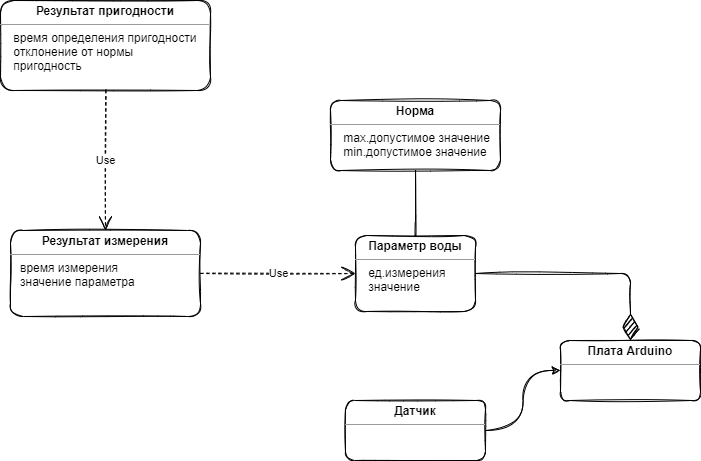
This is DomainModel.png from MaxZ07/Crystal, a draw.io export, as it was before one commit. Source tidied: cells renumbered, new cells last; positions are measured from the earlier drawing's top-left corner, leaving out a move shared by most shapes.
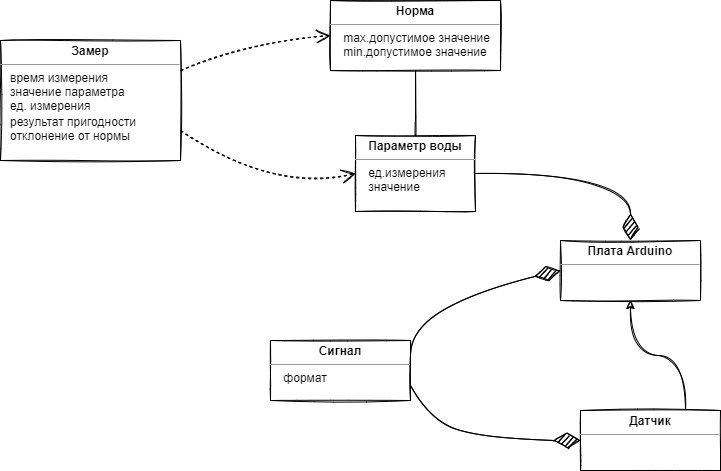
Later version of the same file.

What changed in the source:
```diff
@@ -2,42 +2,65 @@
   <root>
     <mxCell id="0" />
     <mxCell id="1" parent="0" />
-    <mxCell id="2" value="&lt;p style=&quot;margin: 0px ; margin-top: 4px ; text-align: center&quot;&gt;&lt;b&gt;Параметр воды&lt;/b&gt;&lt;/p&gt;&lt;hr size=&quot;1&quot;&gt;&lt;div style=&quot;height: 2px&quot;&gt;&amp;nbsp; &amp;nbsp; ед.измерения&lt;br&gt;&amp;nbsp; &amp;nbsp; значение&lt;/div&gt;" style="verticalAlign=top;align=left;overflow=fill;fontSize=12;fontFamily=Helvetica;html=1;rounded=1;sketch=1;" parent="1" vertex="1">
+    <mxCell id="2" value="&lt;p style=&quot;margin: 0px ; margin-top: 4px ; text-align: center&quot;&gt;&lt;b&gt;Параметр воды&lt;/b&gt;&lt;/p&gt;&lt;hr size=&quot;1&quot;&gt;&lt;div style=&quot;height: 2px&quot;&gt;&amp;nbsp; &amp;nbsp; ед.измерения&lt;br&gt;&amp;nbsp; &amp;nbsp; значение&lt;/div&gt;" style="verticalAlign=top;align=left;overflow=fill;fontSize=12;fontFamily=Helvetica;html=1;rounded=0;sketch=1;" parent="1" vertex="1">
       <mxGeometry x="355" y="235" width="120" height="76" as="geometry" />
     </mxCell>
-    <mxCell id="3" value="&lt;p style=&quot;margin: 0px ; margin-top: 4px ; text-align: center&quot;&gt;&lt;b&gt;Норма&lt;/b&gt;&lt;/p&gt;&lt;hr size=&quot;1&quot;&gt;&lt;div style=&quot;height: 2px&quot;&gt;&amp;nbsp; &amp;nbsp; max.допустимое значение&lt;br&gt;&amp;nbsp; &amp;nbsp; min.допустимое значение&lt;/div&gt;&lt;div style=&quot;height: 2px&quot;&gt;&lt;br&gt;&lt;/div&gt;" style="verticalAlign=top;align=left;overflow=fill;fontSize=12;fontFamily=Helvetica;html=1;rounded=1;sketch=1;" parent="1" vertex="1">
+    <mxCell id="3" value="&lt;p style=&quot;margin: 0px ; margin-top: 4px ; text-align: center&quot;&gt;&lt;b&gt;Норма&lt;/b&gt;&lt;/p&gt;&lt;hr size=&quot;1&quot;&gt;&lt;div style=&quot;height: 2px&quot;&gt;&amp;nbsp; &amp;nbsp; max.допустимое значение&lt;br&gt;&amp;nbsp; &amp;nbsp; min.допустимое значение&lt;/div&gt;&lt;div style=&quot;height: 2px&quot;&gt;&lt;br&gt;&lt;/div&gt;" style="verticalAlign=top;align=left;overflow=fill;fontSize=12;fontFamily=Helvetica;html=1;rounded=0;sketch=1;" parent="1" vertex="1">
       <mxGeometry x="330" y="100" width="170" height="70" as="geometry" />
     </mxCell>
-    <mxCell id="4" style="edgeStyle=orthogonalEdgeStyle;rounded=1;jettySize=auto;html=1;exitX=1;exitY=0.5;exitDx=0;exitDy=0;entryX=0;entryY=0.5;entryDx=0;entryDy=0;curved=1;sketch=1;" parent="1" edge="1" source="5" target="7">
+    <mxCell id="4" style="edgeStyle=orthogonalEdgeStyle;rounded=0;jettySize=auto;html=1;exitX=0.75;exitY=0;exitDx=0;exitDy=0;entryX=0.5;entryY=1;entryDx=0;entryDy=0;curved=1;sketch=1;" parent="1" edge="1" source="5" target="7">
       <mxGeometry relative="1" as="geometry" />
     </mxCell>
-    <mxCell id="5" value="&lt;p style=&quot;margin: 0px ; margin-top: 4px ; text-align: center&quot;&gt;&lt;b&gt;Датчик&lt;/b&gt;&lt;/p&gt;&lt;hr size=&quot;1&quot;&gt;&lt;div style=&quot;height: 2px&quot;&gt;&amp;nbsp;&amp;nbsp;&lt;/div&gt;" style="verticalAlign=top;align=left;overflow=fill;fontSize=12;fontFamily=Helvetica;html=1;rounded=1;sketch=1;" parent="1" vertex="1">
-      <mxGeometry x="345" y="400" width="140" height="60" as="geometry" />
+    <mxCell id="5" value="&lt;p style=&quot;margin: 0px ; margin-top: 4px ; text-align: center&quot;&gt;&lt;b&gt;Датчик&lt;/b&gt;&lt;/p&gt;&lt;hr size=&quot;1&quot;&gt;&lt;div style=&quot;height: 2px&quot;&gt;&amp;nbsp;&amp;nbsp;&lt;/div&gt;" style="verticalAlign=top;align=left;overflow=fill;fontSize=12;fontFamily=Helvetica;html=1;rounded=0;sketch=1;" parent="1" vertex="1">
+      <mxGeometry x="580" y="510" width="140" height="60" as="geometry" />
     </mxCell>
-    <mxCell id="6" value="&lt;p style=&quot;margin: 0px ; margin-top: 4px ; text-align: center&quot;&gt;&lt;b&gt;Результат измерения&lt;/b&gt;&lt;/p&gt;&lt;hr size=&quot;1&quot;&gt;&lt;div style=&quot;height: 2px&quot;&gt;&amp;nbsp; &amp;nbsp;время измерения&lt;br&gt;&amp;nbsp; &amp;nbsp;значение параметра&lt;/div&gt;" style="verticalAlign=top;align=left;overflow=fill;fontSize=12;fontFamily=Helvetica;html=1;rounded=1;sketch=1;" parent="1" vertex="1">
-      <mxGeometry x="10" y="230" width="190" height="86" as="geometry" />
+    <mxCell id="6" value="&lt;p style=&quot;margin: 0px ; margin-top: 4px ; text-align: center&quot;&gt;&lt;b&gt;Замер&lt;/b&gt;&lt;/p&gt;&lt;hr size=&quot;1&quot;&gt;&lt;div style=&quot;height: 2px&quot;&gt;&amp;nbsp; &amp;nbsp;время измерения&lt;br&gt;&amp;nbsp; &amp;nbsp;значение параметра&lt;br&gt;&amp;nbsp; &amp;nbsp;ед. измерения&lt;br&gt;&lt;br&gt;&lt;br&gt;&lt;br&gt;&lt;/div&gt;&lt;div style=&quot;height: 2px&quot;&gt;&lt;br&gt;&amp;nbsp; &amp;nbsp;&lt;br&gt;&amp;nbsp; &amp;nbsp;&lt;br&gt;&amp;nbsp; &amp;nbsp;результат пригодности&lt;br&gt;&amp;nbsp; &amp;nbsp;отклонение от нормы&lt;br&gt;&lt;br&gt;&amp;nbsp; &amp;nbsp;&amp;nbsp;&lt;/div&gt;&lt;div style=&quot;height: 2px&quot;&gt;&lt;br&gt;&lt;/div&gt;&lt;div style=&quot;height: 2px&quot;&gt;&lt;br&gt;&lt;/div&gt;" style="verticalAlign=top;align=left;overflow=fill;fontSize=12;fontFamily=Helvetica;html=1;rounded=0;sketch=1;" parent="1" vertex="1">
+      <mxGeometry y="140" width="180" height="120" as="geometry" />
     </mxCell>
-    <mxCell id="7" value="&lt;p style=&quot;margin: 0px ; margin-top: 4px ; text-align: center&quot;&gt;&lt;b&gt;Плата Arduino&lt;/b&gt;&lt;/p&gt;&lt;hr size=&quot;1&quot;&gt;&lt;div style=&quot;height: 2px&quot;&gt;&amp;nbsp; &amp;nbsp;&amp;nbsp;&lt;/div&gt;" style="verticalAlign=top;align=left;overflow=fill;fontSize=12;fontFamily=Helvetica;html=1;rounded=1;sketch=1;" parent="1" vertex="1">
+    <mxCell id="7" value="&lt;p style=&quot;margin: 0px ; margin-top: 4px ; text-align: center&quot;&gt;&lt;b&gt;Плата Arduino&lt;/b&gt;&lt;/p&gt;&lt;hr size=&quot;1&quot;&gt;&lt;div style=&quot;height: 2px&quot;&gt;&amp;nbsp; &amp;nbsp;&amp;nbsp;&lt;/div&gt;" style="verticalAlign=top;align=left;overflow=fill;fontSize=12;fontFamily=Helvetica;html=1;rounded=0;sketch=1;" parent="1" vertex="1">
       <mxGeometry x="560" y="340" width="140" height="60" as="geometry" />
     </mxCell>
-    <mxCell id="8" style="endArrow=none;html=1;rounded=1;entryX=0.5;entryY=1;entryDx=0;entryDy=0;exitX=0.5;exitY=0;exitDx=0;exitDy=0;curved=1;sketch=1;" parent="1" edge="1" source="2" target="3">
+    <mxCell id="8" style="endArrow=none;html=1;rounded=0;entryX=0.5;entryY=1;entryDx=0;entryDy=0;exitX=0.5;exitY=0;exitDx=0;exitDy=0;curved=1;sketch=1;" parent="1" edge="1" source="2" target="3">
       <mxGeometry relative="1" as="geometry" />
     </mxCell>
-    <mxCell id="9" value="Use" style="endArrow=open;endSize=12;dashed=1;html=1;rounded=1;exitX=1;exitY=0.5;exitDx=0;exitDy=0;entryX=0;entryY=0.5;entryDx=0;entryDy=0;curved=1;sketch=1;" parent="1" edge="1" source="6" target="2">
-      <mxGeometry relative="1" as="geometry" />
+    <mxCell id="9" style="endArrow=open;endSize=12;dashed=1;html=1;rounded=0;exitX=1;exitY=0.75;exitDx=0;exitDy=0;entryX=0;entryY=0.5;entryDx=0;entryDy=0;curved=1;sketch=1;" parent="1" edge="1" source="6" target="2">
+      <mxGeometry relative="1" as="geometry">
+        <Array as="points">
+          <mxPoint x="270" y="292" />
+        </Array>
+      </mxGeometry>
     </mxCell>
-    <mxCell id="10" value="&lt;p style=&quot;margin: 0px ; margin-top: 4px ; text-align: center&quot;&gt;&lt;b&gt;Результат пригодности&lt;/b&gt;&lt;/p&gt;&lt;hr size=&quot;1&quot;&gt;&lt;div style=&quot;height: 2px&quot;&gt;&amp;nbsp; &amp;nbsp; время определения пригодности&lt;br&gt;&amp;nbsp; &amp;nbsp; отклонение от нормы&lt;br&gt;&amp;nbsp; &amp;nbsp; пригодность&lt;/div&gt;" style="verticalAlign=top;align=left;overflow=fill;fontSize=12;fontFamily=Helvetica;html=1;rounded=1;sketch=1;" parent="1" vertex="1">
-      <mxGeometry width="210" height="90" as="geometry" />
-    </mxCell>
-    <mxCell id="11" value="Use" style="endArrow=open;endSize=12;dashed=1;html=1;rounded=1;exitX=0.5;exitY=1;exitDx=0;exitDy=0;entryX=0.5;entryY=0;entryDx=0;entryDy=0;curved=1;sketch=1;" parent="1" edge="1" source="10" target="6">
-      <mxGeometry relative="1" as="geometry" />
-    </mxCell>
-    <mxCell id="12" style="endArrow=diamondThin;endFill=1;endSize=24;html=1;rounded=1;exitX=1;exitY=0.5;exitDx=0;exitDy=0;entryX=0.5;entryY=0;entryDx=0;entryDy=0;labelBorderColor=none;shadow=0;sketch=1;" parent="1" edge="1" source="2" target="7">
+    <mxCell id="12" style="endArrow=diamondThin;endFill=1;endSize=24;html=1;rounded=0;exitX=1;exitY=0.5;exitDx=0;exitDy=0;entryX=0.5;entryY=0;entryDx=0;entryDy=0;labelBorderColor=none;shadow=0;curved=1;sketch=1;" parent="1" edge="1" source="2" target="7">
       <mxGeometry relative="1" as="geometry">
         <Array as="points">
           <mxPoint x="630" y="273" />
         </Array>
       </mxGeometry>
     </mxCell>
+    <mxCell id="13" value="&lt;p style=&quot;margin: 0px ; margin-top: 4px ; text-align: center&quot;&gt;&lt;b&gt;Сигнал&lt;/b&gt;&lt;/p&gt;&lt;hr size=&quot;1&quot;&gt;&lt;div style=&quot;height: 2px&quot;&gt;&amp;nbsp; &amp;nbsp; формат&lt;/div&gt;" style="verticalAlign=top;align=left;overflow=fill;fontSize=12;fontFamily=Helvetica;html=1;rounded=0;sketch=1;" parent="1" vertex="1">
+      <mxGeometry x="270" y="440" width="140" height="60" as="geometry" />
+    </mxCell>
+    <mxCell id="14" style="endArrow=open;endSize=12;dashed=1;html=1;rounded=0;exitX=1;exitY=0.25;exitDx=0;exitDy=0;entryX=0;entryY=0.5;entryDx=0;entryDy=0;curved=1;sketch=1;" parent="1" edge="1" source="6" target="3">
+      <mxGeometry relative="1" as="geometry">
+        <Array as="points">
+          <mxPoint x="250" y="140" />
+        </Array>
+      </mxGeometry>
+    </mxCell>
+    <mxCell id="15" style="endArrow=diamondThin;endFill=1;endSize=24;html=1;rounded=0;exitX=1;exitY=0.75;exitDx=0;exitDy=0;labelBorderColor=none;shadow=0;curved=1;sketch=1;entryX=0;entryY=0.5;entryDx=0;entryDy=0;" parent="1" edge="1" source="13" target="5">
+      <mxGeometry relative="1" as="geometry">
+        <Array as="points">
+          <mxPoint x="430" y="520" />
+          <mxPoint x="490" y="540" />
+        </Array>
+      </mxGeometry>
+    </mxCell>
+    <mxCell id="16" style="endArrow=diamondThin;endFill=1;endSize=24;html=1;rounded=0;exitX=1;exitY=0.25;exitDx=0;exitDy=0;labelBorderColor=none;shadow=0;curved=1;sketch=1;entryX=0;entryY=0.5;entryDx=0;entryDy=0;" parent="1" edge="1" source="13" target="7">
+      <mxGeometry relative="1" as="geometry">
+        <Array as="points">
+          <mxPoint x="410" y="405" />
+        </Array>
+      </mxGeometry>
+    </mxCell>
   </root>
 </mxGraphModel>
```
